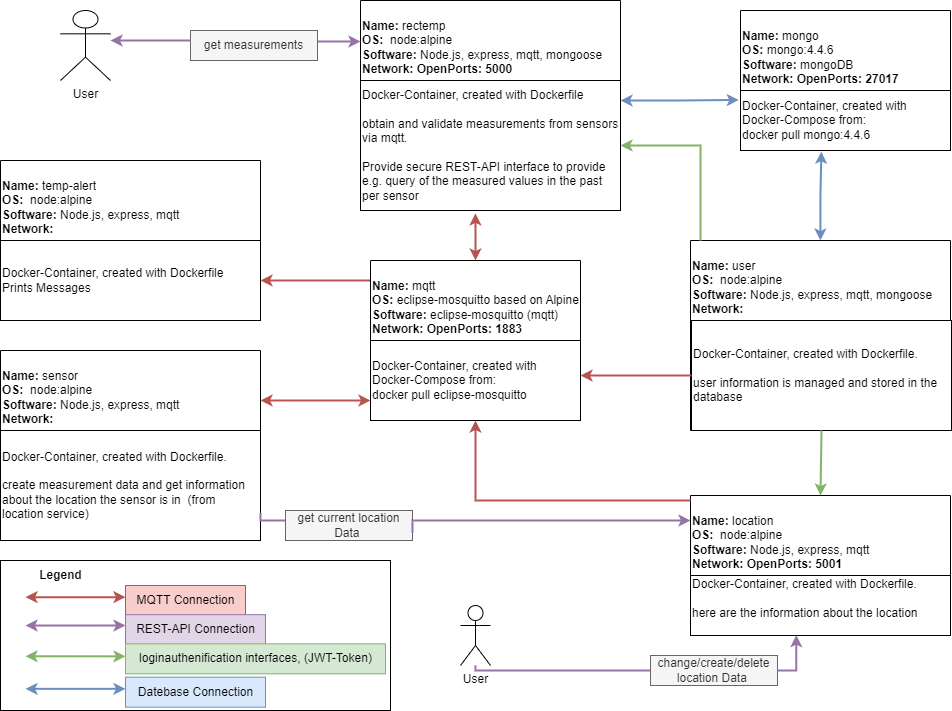
This is Images/deployment-model.png from tomisboy/dhbw-microservices, a draw.io export, as it was before one commit. Source tidied: cells renumbered, new cells last; positions are measured from the earlier drawing's top-left corner, leaving out a move shared by most shapes. Its diagram source:
```xml
<mxGraphModel>
  <root>
    <mxCell id="0" />
    <mxCell id="1" parent="0" />
    <mxCell id="2" style="edgeStyle=orthogonalEdgeStyle;rounded=0;jettySize=auto;html=1;entryX=-0.008;entryY=0.158;entryDx=0;entryDy=0;entryPerimeter=0;strokeWidth=2;startArrow=classic;startFill=1;endArrow=classic;endFill=1;fillColor=#dae8fc;strokeColor=#6c8ebf;" parent="1" edge="1" source="3" target="21">
      <mxGeometry relative="1" as="geometry" />
    </mxCell>
    <mxCell id="3" value="&lt;br&gt;Name:&lt;span style=&quot;font-weight: normal;&quot;&gt;&#9;&lt;span style=&quot;&quot;&gt;&#9;&lt;/span&gt;&lt;/span&gt;&lt;span style=&quot;font-weight: normal;&quot;&gt;rectemp&lt;/span&gt;&lt;br&gt;&lt;span style=&quot;text-align: center;&quot;&gt;OS:&lt;/span&gt;&lt;span style=&quot;text-align: center;&quot;&gt;&amp;nbsp;&lt;span style=&quot;font-weight: 400;&quot;&gt;&#9;&lt;span style=&quot;&quot;&gt;&#9;&lt;/span&gt;&lt;/span&gt;&lt;span style=&quot;font-weight: 400;&quot;&gt;&#9;&lt;/span&gt;&lt;span style=&quot;font-weight: 400;&quot;&gt;node:alpine&lt;/span&gt;&lt;br&gt;&lt;/span&gt;Software:&lt;span style=&quot;&quot;&gt;&#9;&lt;/span&gt;&lt;span style=&quot;font-weight: normal;&quot;&gt;Node.js, express, mqtt, mongoose&amp;nbsp;&lt;br&gt;&lt;/span&gt;Network:&lt;span style=&quot;&quot;&gt;&#9;&lt;/span&gt;&lt;span style=&quot;&quot;&gt;&#9;&lt;/span&gt;OpenPorts: 5000" style="swimlane;whiteSpace=wrap;html=1;startSize=80;align=left;" parent="1" vertex="1">
      <mxGeometry x="360" width="260" height="200" as="geometry" />
    </mxCell>
    <mxCell id="4" value="Docker-Container, created with Dockerfile&lt;br&gt;&lt;br&gt;obtain and validate measurements from sensors via mqtt.&lt;br&gt;&lt;br&gt;Provide secure REST-API interface to provide e.g. query of the measured values in the past per sensor&amp;nbsp;&amp;nbsp;" style="rounded=0;whiteSpace=wrap;html=1;align=left;" parent="3" vertex="1">
      <mxGeometry y="80" width="260" height="130" as="geometry" />
    </mxCell>
    <mxCell id="5" value="&lt;br&gt;Name:&lt;span style=&quot;font-weight: normal;&quot;&gt;&#9;&lt;span style=&quot;&quot;&gt;&#9;&lt;/span&gt;&lt;/span&gt;&lt;span style=&quot;font-weight: normal;&quot;&gt;sensor&lt;/span&gt;&lt;br&gt;&lt;span style=&quot;text-align: center;&quot;&gt;OS:&lt;/span&gt;&lt;span style=&quot;text-align: center;&quot;&gt;&amp;nbsp;&lt;span style=&quot;font-weight: 400;&quot;&gt;&#9;&lt;span style=&quot;&quot;&gt;&#9;&lt;/span&gt;&lt;/span&gt;&lt;span style=&quot;font-weight: 400;&quot;&gt;&#9;&lt;/span&gt;&lt;span style=&quot;font-weight: 400;&quot;&gt;node:alpine&lt;/span&gt;&lt;br&gt;&lt;/span&gt;Software:&lt;span style=&quot;&quot;&gt;&#9;&lt;/span&gt;&lt;span style=&quot;font-weight: normal;&quot;&gt;Node.js, express, mqtt&amp;nbsp;&lt;br&gt;&lt;/span&gt;Network:&lt;span style=&quot;&quot;&gt;&#9;&lt;/span&gt;" style="swimlane;whiteSpace=wrap;html=1;startSize=80;align=left;" parent="1" vertex="1">
      <mxGeometry y="350" width="260" height="190" as="geometry" />
    </mxCell>
    <mxCell id="6" value="Docker-Container, created with Dockerfile.&lt;br&gt;&lt;br&gt;create measurement data and get information about the location the sensor is in&amp;nbsp; (from location service)&lt;br&gt;" style="rounded=0;whiteSpace=wrap;html=1;align=left;" parent="5" vertex="1">
      <mxGeometry y="80" width="260" height="110" as="geometry" />
    </mxCell>
    <mxCell id="7" style="edgeStyle=orthogonalEdgeStyle;rounded=0;jettySize=auto;html=1;entryX=1;entryY=0.75;entryDx=0;entryDy=0;startArrow=none;startFill=1;endArrow=none;endFill=0;strokeWidth=2;fillColor=#e1d5e7;strokeColor=#9673a6;" parent="1" edge="1" source="43" target="6">
      <mxGeometry relative="1" as="geometry">
        <Array as="points">
          <mxPoint x="260" y="520" />
        </Array>
      </mxGeometry>
    </mxCell>
    <mxCell id="8" value="&lt;br&gt;Name:&lt;span style=&quot;font-weight: normal;&quot;&gt;&#9;&lt;span style=&quot;&quot;&gt;&#9;&lt;/span&gt;&lt;/span&gt;&lt;span style=&quot;font-weight: normal;&quot;&gt;location&lt;/span&gt;&lt;br&gt;&lt;span style=&quot;text-align: center;&quot;&gt;OS:&lt;/span&gt;&lt;span style=&quot;text-align: center;&quot;&gt;&amp;nbsp;&lt;span style=&quot;font-weight: 400;&quot;&gt;&#9;&lt;span style=&quot;&quot;&gt;&#9;&lt;/span&gt;&lt;/span&gt;&lt;span style=&quot;font-weight: 400;&quot;&gt;&#9;&lt;/span&gt;&lt;span style=&quot;font-weight: 400;&quot;&gt;node:alpine&lt;/span&gt;&lt;br&gt;&lt;/span&gt;Software:&lt;span style=&quot;&quot;&gt;&#9;&lt;/span&gt;&lt;span style=&quot;font-weight: normal;&quot;&gt;Node.js, express, mqtt&amp;nbsp;&lt;br&gt;&lt;/span&gt;Network:&amp;nbsp;&lt;span style=&quot;&quot;&gt;&lt;/span&gt;OpenPorts: 5001" style="swimlane;whiteSpace=wrap;html=1;startSize=80;align=left;" parent="1" vertex="1">
      <mxGeometry x="690" y="495" width="260" height="140" as="geometry" />
    </mxCell>
    <mxCell id="9" value="Docker-Container, created with Dockerfile.&lt;br&gt;&lt;br&gt;here are the information about the location&lt;br&gt;&lt;br&gt;" style="rounded=0;whiteSpace=wrap;html=1;align=left;" parent="8" vertex="1">
      <mxGeometry y="80" width="260" height="60" as="geometry" />
    </mxCell>
    <mxCell id="10" style="edgeStyle=orthogonalEdgeStyle;rounded=0;jettySize=auto;html=1;entryX=0.385;entryY=1.019;entryDx=0;entryDy=0;entryPerimeter=0;strokeWidth=2;startArrow=classic;startFill=1;fillColor=#dae8fc;strokeColor=#6c8ebf;" parent="1" edge="1" source="11" target="21">
      <mxGeometry relative="1" as="geometry" />
    </mxCell>
    <mxCell id="11" value="&lt;br&gt;Name:&lt;span style=&quot;font-weight: normal;&quot;&gt;&#9;&lt;span style=&quot;&quot;&gt;&#9;&lt;/span&gt;&lt;/span&gt;&lt;span style=&quot;font-weight: normal;&quot;&gt;user&lt;/span&gt;&lt;br&gt;&lt;span style=&quot;text-align: center;&quot;&gt;OS:&lt;/span&gt;&lt;span style=&quot;text-align: center;&quot;&gt;&amp;nbsp;&lt;span style=&quot;font-weight: 400;&quot;&gt;&#9;&lt;span style=&quot;&quot;&gt;&#9;&lt;/span&gt;&lt;/span&gt;&lt;span style=&quot;font-weight: 400;&quot;&gt;&#9;&lt;/span&gt;&lt;span style=&quot;font-weight: 400;&quot;&gt;node:alpine&lt;/span&gt;&lt;br&gt;&lt;/span&gt;Software:&lt;span style=&quot;&quot;&gt;&#9;&lt;/span&gt;&lt;span style=&quot;font-weight: normal;&quot;&gt;Node.js, express, mqtt, mongoose&amp;nbsp;&lt;br&gt;&lt;/span&gt;Network:&lt;span style=&quot;&quot;&gt;&#9;&lt;/span&gt;" style="swimlane;whiteSpace=wrap;html=1;startSize=80;align=left;" parent="1" vertex="1">
      <mxGeometry x="690" y="240" width="260" height="190" as="geometry" />
    </mxCell>
    <mxCell id="12" value="Docker-Container, created with Dockerfile.&lt;br&gt;&lt;br&gt;user information is managed and stored in the database" style="rounded=0;whiteSpace=wrap;html=1;align=left;" parent="11" vertex="1">
      <mxGeometry x="1" y="80" width="260" height="110" as="geometry" />
    </mxCell>
    <mxCell id="13" value="&lt;br&gt;Name:&lt;span style=&quot;font-weight: normal;&quot;&gt;&#9;&lt;span style=&quot;&quot;&gt;&#9;&lt;/span&gt;&lt;/span&gt;&lt;span style=&quot;font-weight: normal;&quot;&gt;temp-alert&lt;/span&gt;&lt;br&gt;&lt;span style=&quot;text-align: center;&quot;&gt;OS:&lt;/span&gt;&lt;span style=&quot;text-align: center;&quot;&gt;&amp;nbsp;&lt;span style=&quot;font-weight: 400;&quot;&gt;&#9;&lt;span style=&quot;&quot;&gt;&#9;&lt;/span&gt;&lt;/span&gt;&lt;span style=&quot;font-weight: 400;&quot;&gt;&#9;&lt;/span&gt;&lt;span style=&quot;font-weight: 400;&quot;&gt;node:alpine&lt;/span&gt;&lt;br&gt;&lt;/span&gt;Software:&lt;span style=&quot;&quot;&gt;&#9;&lt;/span&gt;&lt;span style=&quot;font-weight: normal;&quot;&gt;Node.js, express, mqtt&lt;br&gt;&lt;/span&gt;Network:&lt;span style=&quot;&quot;&gt;&#9;&lt;/span&gt;" style="swimlane;whiteSpace=wrap;html=1;startSize=80;align=left;" parent="1" vertex="1">
      <mxGeometry y="160" width="260" height="160" as="geometry" />
    </mxCell>
    <mxCell id="14" value="Docker-Container, created with Dockerfile&lt;br&gt;Prints Messages" style="rounded=0;whiteSpace=wrap;html=1;align=left;" parent="13" vertex="1">
      <mxGeometry y="80" width="260" height="80" as="geometry" />
    </mxCell>
    <mxCell id="15" style="edgeStyle=orthogonalEdgeStyle;rounded=0;jettySize=auto;html=1;entryX=1;entryY=0.5;entryDx=0;entryDy=0;strokeWidth=2;fillColor=#d5e8d4;strokeColor=#82b366;" parent="1" edge="1" target="4">
      <mxGeometry relative="1" as="geometry">
        <mxPoint x="700" y="240" as="sourcePoint" />
        <Array as="points">
          <mxPoint x="700" y="145" />
        </Array>
      </mxGeometry>
    </mxCell>
    <mxCell id="16" style="edgeStyle=orthogonalEdgeStyle;rounded=0;jettySize=auto;html=1;strokeWidth=2;startArrow=none;startFill=0;endArrow=classic;endFill=1;fillColor=#f8cecc;strokeColor=#b85450;" parent="1" edge="1" source="18">
      <mxGeometry relative="1" as="geometry">
        <mxPoint x="260" y="280" as="targetPoint" />
        <Array as="points">
          <mxPoint x="260" y="280" />
        </Array>
      </mxGeometry>
    </mxCell>
    <mxCell id="17" style="edgeStyle=orthogonalEdgeStyle;rounded=0;jettySize=auto;html=1;entryX=0.442;entryY=1.022;entryDx=0;entryDy=0;entryPerimeter=0;strokeWidth=2;startArrow=classic;startFill=1;endArrow=classic;endFill=1;fillColor=#f8cecc;strokeColor=#b85450;" parent="1" edge="1" source="18" target="4">
      <mxGeometry relative="1" as="geometry" />
    </mxCell>
    <mxCell id="18" value="&lt;br&gt;Name:&lt;span style=&quot;font-weight: normal;&quot;&gt;&#9;&lt;span style=&quot;&quot;&gt;&#9;&lt;/span&gt;&lt;/span&gt;&lt;span style=&quot;font-weight: normal;&quot;&gt;mqtt&lt;/span&gt;&lt;br&gt;&lt;span style=&quot;text-align: center;&quot;&gt;OS:&lt;/span&gt;&lt;span style=&quot;text-align: center;&quot;&gt;&amp;nbsp;&lt;span style=&quot;font-weight: 400;&quot;&gt;eclipse-mosquitto based on Alpine&lt;/span&gt;&lt;br&gt;&lt;/span&gt;Software:&amp;nbsp;&lt;span style=&quot;font-weight: 400; text-align: center;&quot;&gt;eclipse-mosquitto (mqtt)&lt;/span&gt;&lt;span style=&quot;font-weight: normal;&quot;&gt;&lt;br&gt;&lt;/span&gt;Network: OpenPorts: 1883&lt;span style=&quot;&quot;&gt;&lt;/span&gt;" style="swimlane;whiteSpace=wrap;html=1;startSize=80;align=left;" parent="1" vertex="1">
      <mxGeometry x="370" y="260" width="210" height="160" as="geometry" />
    </mxCell>
    <mxCell id="19" value="Docker-Container, created with Docker-Compose from:&lt;br&gt;docker pull eclipse-mosquitto&lt;br&gt;" style="rounded=0;whiteSpace=wrap;html=1;align=left;" parent="18" vertex="1">
      <mxGeometry y="80" width="210" height="80" as="geometry" />
    </mxCell>
    <mxCell id="20" value="&lt;br&gt;Name:&lt;span style=&quot;font-weight: normal;&quot;&gt;&#9;&lt;span style=&quot;&quot;&gt;&#9;&lt;/span&gt;&lt;/span&gt;&lt;span style=&quot;font-weight: normal;&quot;&gt;mongo&lt;/span&gt;&lt;br&gt;&lt;span style=&quot;text-align: center;&quot;&gt;OS:&lt;/span&gt;&lt;span style=&quot;text-align: center;&quot;&gt;&amp;nbsp;&lt;span style=&quot;font-weight: 400;&quot;&gt;mongo:4.4.6&lt;/span&gt;&lt;br&gt;&lt;/span&gt;Software:&amp;nbsp;&lt;span style=&quot;font-weight: 400; text-align: center;&quot;&gt;mongoDB&lt;/span&gt;&lt;span style=&quot;font-weight: normal;&quot;&gt;&lt;br&gt;&lt;/span&gt;Network: OpenPorts: 27017&lt;span style=&quot;&quot;&gt;&lt;/span&gt;" style="swimlane;whiteSpace=wrap;html=1;startSize=80;align=left;" parent="1" vertex="1">
      <mxGeometry x="740" y="10" width="210" height="135" as="geometry" />
    </mxCell>
    <mxCell id="21" value="Docker-Container, created with Docker-Compose from:&lt;br&gt;docker pull mongo:4.4.6" style="rounded=0;whiteSpace=wrap;html=1;align=left;" parent="20" vertex="1">
      <mxGeometry y="80" width="210" height="60" as="geometry" />
    </mxCell>
    <mxCell id="22" style="edgeStyle=orthogonalEdgeStyle;rounded=0;jettySize=auto;html=1;strokeWidth=2;fillColor=#f8cecc;strokeColor=#b85450;entryX=0.5;entryY=1;entryDx=0;entryDy=0;" parent="1" edge="1" source="8" target="19">
      <mxGeometry relative="1" as="geometry">
        <Array as="points">
          <mxPoint x="475" y="500" />
        </Array>
      </mxGeometry>
    </mxCell>
    <mxCell id="23" style="edgeStyle=orthogonalEdgeStyle;rounded=0;jettySize=auto;html=1;startArrow=classic;startFill=1;strokeWidth=2;fillColor=#f8cecc;strokeColor=#b85450;" parent="1" edge="1" target="18">
      <mxGeometry relative="1" as="geometry">
        <mxPoint x="260" y="400" as="sourcePoint" />
        <Array as="points">
          <mxPoint x="260" y="400" />
        </Array>
      </mxGeometry>
    </mxCell>
    <mxCell id="24" style="edgeStyle=orthogonalEdgeStyle;rounded=0;jettySize=auto;html=1;strokeWidth=2;fillColor=#f8cecc;strokeColor=#b85450;" parent="1" edge="1" source="12">
      <mxGeometry relative="1" as="geometry">
        <mxPoint x="580" y="375" as="targetPoint" />
      </mxGeometry>
    </mxCell>
    <mxCell id="25" style="edgeStyle=orthogonalEdgeStyle;rounded=0;jettySize=auto;html=1;entryX=0;entryY=0.205;entryDx=0;entryDy=0;strokeWidth=2;startArrow=none;startFill=1;endArrow=classic;endFill=1;fillColor=#e1d5e7;strokeColor=#9673a6;entryPerimeter=0;" parent="1" edge="1" source="45" target="3">
      <mxGeometry relative="1" as="geometry">
        <Array as="points">
          <mxPoint x="250" y="41" />
          <mxPoint x="250" y="41" />
        </Array>
      </mxGeometry>
    </mxCell>
    <mxCell id="26" value="User" style="shape=umlActor;verticalLabelPosition=bottom;verticalAlign=top;html=1;outlineConnect=0;" parent="1" vertex="1">
      <mxGeometry x="60" y="10" width="50" height="70" as="geometry" />
    </mxCell>
    <mxCell id="27" value="User" style="shape=umlActor;verticalLabelPosition=bottom;verticalAlign=top;html=1;outlineConnect=0;" parent="1" vertex="1">
      <mxGeometry x="460" y="605" width="30" height="60" as="geometry" />
    </mxCell>
    <mxCell id="28" style="edgeStyle=orthogonalEdgeStyle;rounded=0;jettySize=auto;html=1;startArrow=none;startFill=1;endArrow=none;endFill=0;strokeWidth=2;fillColor=#e1d5e7;strokeColor=#9673a6;exitX=0.407;exitY=0.994;exitDx=0;exitDy=0;exitPerimeter=0;" parent="1" edge="1" source="41" target="27">
      <mxGeometry relative="1" as="geometry">
        <Array as="points">
          <mxPoint x="702" y="670" />
        </Array>
      </mxGeometry>
    </mxCell>
    <mxCell id="29" style="edgeStyle=orthogonalEdgeStyle;rounded=0;jettySize=auto;html=1;entryX=0.5;entryY=0;entryDx=0;entryDy=0;strokeWidth=2;fillColor=#d5e8d4;strokeColor=#82b366;exitX=0.5;exitY=1;exitDx=0;exitDy=0;" parent="1" edge="1" source="12" target="8">
      <mxGeometry relative="1" as="geometry">
        <Array as="points">
          <mxPoint x="820" y="430" />
        </Array>
      </mxGeometry>
    </mxCell>
    <mxCell id="30" style="group;" parent="1" vertex="1">
      <mxGeometry y="560" width="390" height="150" as="geometry" />
    </mxCell>
    <mxCell id="31" style="edgeStyle=orthogonalEdgeStyle;rounded=0;orthogonalLoop=1;jettySize=auto;html=1;startArrow=classic;startFill=1;strokeWidth=2;fillColor=#f8cecc;strokeColor=#b85450;" parent="30" edge="1">
      <mxGeometry relative="1" as="geometry">
        <mxPoint x="25" y="36.7" as="sourcePoint" />
        <mxPoint x="125" y="36.7" as="targetPoint" />
        <Array as="points">
          <mxPoint x="55" y="36.7" />
          <mxPoint x="55" y="36.7" />
        </Array>
      </mxGeometry>
    </mxCell>
    <mxCell id="32" value="MQTT Connection" style="text;html=1;align=center;verticalAlign=middle;strokeColor=#b85450;fillColor=#f8cecc;" parent="30" vertex="1">
      <mxGeometry x="125" y="25" width="120" height="30" as="geometry" />
    </mxCell>
    <mxCell id="33" style="edgeStyle=orthogonalEdgeStyle;rounded=0;orthogonalLoop=1;jettySize=auto;html=1;strokeWidth=2;startArrow=classic;startFill=1;endArrow=classic;endFill=1;fillColor=#e1d5e7;strokeColor=#9673a6;" parent="30" edge="1">
      <mxGeometry relative="1" as="geometry">
        <mxPoint x="125" y="65" as="sourcePoint" />
        <mxPoint x="25" y="65" as="targetPoint" />
        <Array as="points">
          <mxPoint x="25" y="65" />
        </Array>
      </mxGeometry>
    </mxCell>
    <mxCell id="34" value="REST-API Connection" style="text;html=1;align=center;verticalAlign=middle;strokeColor=#9673a6;fillColor=#e1d5e7;" parent="30" vertex="1">
      <mxGeometry x="125" y="54.2" width="140" height="30" as="geometry" />
    </mxCell>
    <mxCell id="35" style="edgeStyle=orthogonalEdgeStyle;rounded=0;orthogonalLoop=1;jettySize=auto;html=1;strokeWidth=2;startArrow=classic;startFill=1;endArrow=classic;endFill=1;fillColor=#d5e8d4;strokeColor=#82b366;" parent="30" edge="1">
      <mxGeometry relative="1" as="geometry">
        <mxPoint x="125" y="95.8" as="sourcePoint" />
        <mxPoint x="25" y="95.8" as="targetPoint" />
        <Array as="points">
          <mxPoint x="25" y="95.8" />
        </Array>
      </mxGeometry>
    </mxCell>
    <mxCell id="36" value="loginauthenification interfaces, (JWT-Token)" style="text;html=1;align=center;verticalAlign=middle;strokeColor=#82b366;fillColor=#d5e8d4;" parent="30" vertex="1">
      <mxGeometry x="125" y="83.3" width="260" height="30" as="geometry" />
    </mxCell>
    <mxCell id="37" style="edgeStyle=orthogonalEdgeStyle;rounded=0;orthogonalLoop=1;jettySize=auto;html=1;strokeWidth=2;startArrow=classic;startFill=1;endArrow=classic;endFill=1;fillColor=#dae8fc;strokeColor=#6c8ebf;" parent="30" edge="1">
      <mxGeometry relative="1" as="geometry">
        <mxPoint x="25" y="128.3" as="sourcePoint" />
        <mxPoint x="125" y="128.3" as="targetPoint" />
      </mxGeometry>
    </mxCell>
    <mxCell id="38" value="Datebase Connection" style="text;html=1;align=center;verticalAlign=middle;strokeColor=#6c8ebf;fillColor=#dae8fc;" parent="30" vertex="1">
      <mxGeometry x="125" y="116.7" width="140" height="30" as="geometry" />
    </mxCell>
    <mxCell id="39" style="rounded=0;whiteSpace=wrap;html=1;gradientColor=none;fillColor=none;" parent="30" vertex="1">
      <mxGeometry width="390" height="150" as="geometry" />
    </mxCell>
    <mxCell id="40" value="&lt;b&gt;Legend&lt;/b&gt;" style="text;html=1;align=center;verticalAlign=middle;strokeColor=none;fillColor=none;" parent="30" vertex="1">
      <mxGeometry x="25" width="70" height="30" as="geometry" />
    </mxCell>
    <mxCell id="41" value="change/create/delete&lt;br&gt;location Data&amp;nbsp;" style="text;html=1;strokeColor=#666666;fillColor=#f5f5f5;align=center;verticalAlign=middle;whiteSpace=wrap;rounded=0;fontColor=#333333;" parent="1" vertex="1">
      <mxGeometry x="650" y="655" width="127" height="30" as="geometry" />
    </mxCell>
    <mxCell id="42" style="edgeStyle=orthogonalEdgeStyle;rounded=0;jettySize=auto;html=1;startArrow=classic;startFill=1;endArrow=none;endFill=0;strokeWidth=2;fillColor=#e1d5e7;strokeColor=#9673a6;exitX=0.407;exitY=0.994;exitDx=0;exitDy=0;exitPerimeter=0;" parent="1" edge="1" source="9" target="41">
      <mxGeometry relative="1" as="geometry">
        <Array as="points">
          <mxPoint x="796" y="670" />
        </Array>
      </mxGeometry>
    </mxCell>
    <mxCell id="43" value="get current location Data&amp;nbsp;" style="text;html=1;strokeColor=#666666;fillColor=#f5f5f5;align=center;verticalAlign=middle;whiteSpace=wrap;rounded=0;fontColor=#333333;" parent="1" vertex="1">
      <mxGeometry x="285" y="510" width="127" height="30" as="geometry" />
    </mxCell>
    <mxCell id="44" style="edgeStyle=orthogonalEdgeStyle;rounded=0;jettySize=auto;html=1;entryX=1;entryY=0.75;entryDx=0;entryDy=0;startArrow=classic;startFill=1;endArrow=none;endFill=0;strokeWidth=2;fillColor=#e1d5e7;strokeColor=#9673a6;" parent="1" edge="1" source="8" target="43">
      <mxGeometry relative="1" as="geometry">
        <Array as="points">
          <mxPoint x="412" y="520" />
        </Array>
      </mxGeometry>
    </mxCell>
    <mxCell id="45" value="get measurements" style="text;html=1;strokeColor=#666666;fillColor=#f5f5f5;align=center;verticalAlign=middle;whiteSpace=wrap;rounded=0;fontColor=#333333;" parent="1" vertex="1">
      <mxGeometry x="190" y="30" width="127" height="30" as="geometry" />
    </mxCell>
    <mxCell id="46" style="edgeStyle=orthogonalEdgeStyle;rounded=0;jettySize=auto;html=1;strokeWidth=2;startArrow=classic;startFill=1;endArrow=none;endFill=1;fillColor=#e1d5e7;strokeColor=#9673a6;" parent="1" edge="1" source="26">
      <mxGeometry relative="1" as="geometry">
        <mxPoint x="190" y="40" as="targetPoint" />
        <Array as="points">
          <mxPoint x="190" y="40" />
        </Array>
      </mxGeometry>
    </mxCell>
  </root>
</mxGraphModel>
```
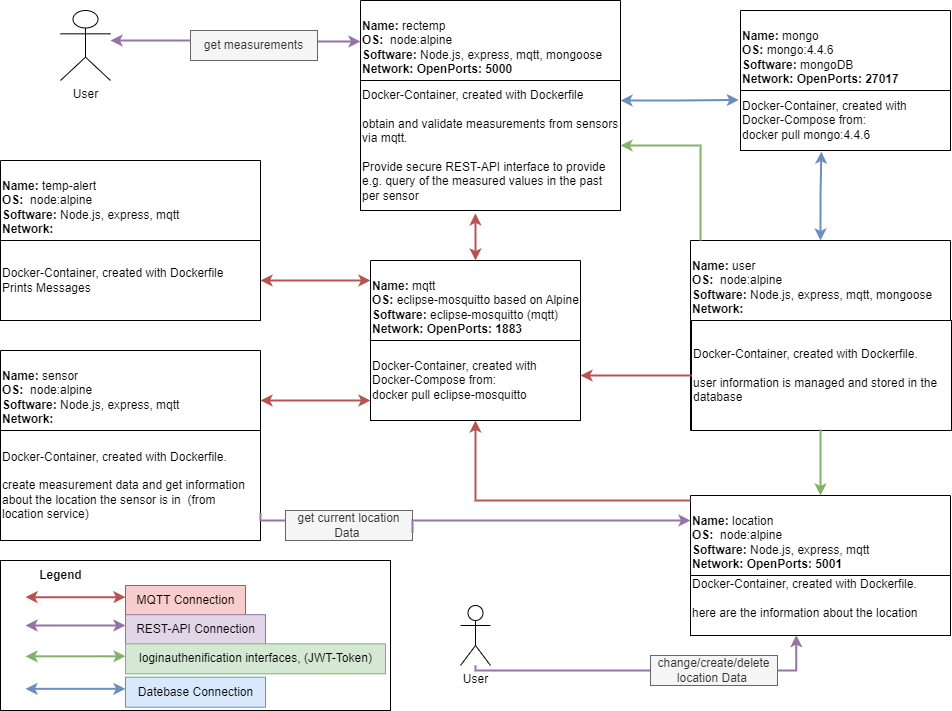
Later version of the same file.

Change to the diagram source:
```diff
@@ -53,7 +53,7 @@
         </Array>
       </mxGeometry>
     </mxCell>
-    <mxCell id="16" style="edgeStyle=orthogonalEdgeStyle;rounded=0;jettySize=auto;html=1;strokeWidth=2;startArrow=none;startFill=0;endArrow=classic;endFill=1;fillColor=#f8cecc;strokeColor=#b85450;" parent="1" edge="1" source="18">
+    <mxCell id="16" style="edgeStyle=orthogonalEdgeStyle;rounded=0;jettySize=auto;html=1;strokeWidth=2;startArrow=classic;startFill=1;endArrow=classic;endFill=1;fillColor=#f8cecc;strokeColor=#b85450;" parent="1" edge="1" source="18">
       <mxGeometry relative="1" as="geometry">
         <mxPoint x="260" y="280" as="targetPoint" />
         <Array as="points">
```
